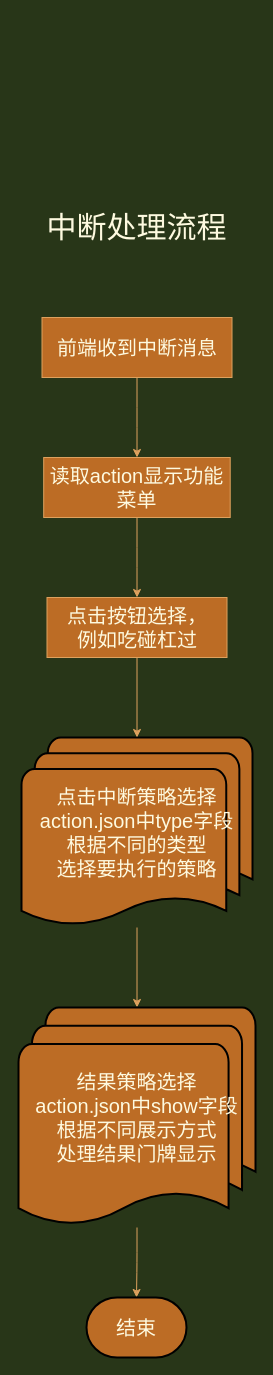
itrookie-sky/diagrams keeps this draw.io diagram as 中断流程图.drawio. Above is the earlier version. Source tidied: cells renumbered, new cells numbered last; positions are measured from the earlier drawing's top-left corner, leaving out a move shared by most shapes. Both pictures are drawn from the tidied source at 100%, with x=0, y=0 at pixel (18, 197).
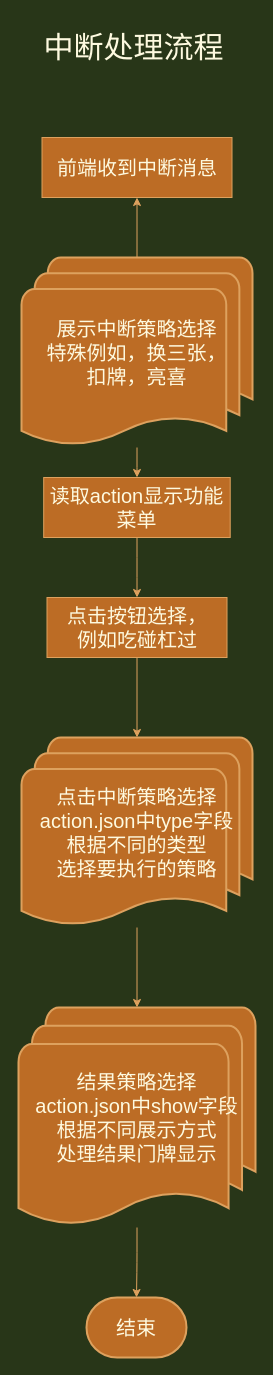
The same page after the edit.

Commit message:
更新中断流程图.drawio

Diff of the diagram source:
```diff
@@
 <mxGraphModel background="#283618">
   <root>
     <mxCell id="0" />
     <mxCell id="1" parent="0" />
-    <mxCell id="2" style="edgeStyle=orthogonalEdgeStyle;curved=0;rounded=1;sketch=0;jettySize=auto;html=1;strokeColor=#DDA15E;fillColor=#BC6C25;fontColor=#FEFAE0;fontSize=20;" parent="1" edge="1" source="3" target="5">
-      <mxGeometry relative="1" as="geometry" />
-    </mxCell>
     <mxCell id="3" value="前端收到中断消息" style="rounded=0;whiteSpace=wrap;html=1;sketch=0;strokeColor=#DDA15E;fillColor=#BC6C25;fontColor=#FEFAE0;fontSize=20;" parent="1" vertex="1">
-      <mxGeometry x="23.5" y="120" width="190" height="60" as="geometry" />
+      <mxGeometry x="23.5" y="-60" width="190" height="60" as="geometry" />
     </mxCell>
-    <mxCell id="4" style="edgeStyle=orthogonalEdgeStyle;curved=0;rounded=1;sketch=0;jettySize=auto;html=1;strokeColor=#DDA15E;fillColor=#BC6C25;fontColor=#FEFAE0;fontSize=20;" parent="1" edge="1" source="5" target="9">
+    <mxCell id="4" style="edgeStyle=orthogonalEdgeStyle;curved=0;rounded=1;sketch=0;jettySize=auto;html=1;strokeColor=#DDA15E;fillColor=#BC6C25;fontColor=#FEFAE0;fontSize=20;labelBackgroundColor=#283618;" parent="1" edge="1" source="5" target="9">
       <mxGeometry relative="1" as="geometry" />
     </mxCell>
     <mxCell id="5" value="读取action显示功能菜单" style="rounded=0;whiteSpace=wrap;html=1;sketch=0;strokeColor=#DDA15E;fillColor=#BC6C25;fontColor=#FEFAE0;fontSize=20;" parent="1" vertex="1">
-      <mxGeometry x="25.2" y="260" width="186.5" height="60" as="geometry" />
+      <mxGeometry x="25.2" y="280" width="186.5" height="60" as="geometry" />
     </mxCell>
-    <mxCell id="6" style="edgeStyle=orthogonalEdgeStyle;curved=0;rounded=1;sketch=0;jettySize=auto;html=1;strokeColor=#DDA15E;fillColor=#BC6C25;fontSize=20;fontColor=#FEFAE0;" parent="1" edge="1" source="7" target="12">
+    <mxCell id="6" style="edgeStyle=orthogonalEdgeStyle;curved=0;rounded=1;sketch=0;jettySize=auto;html=1;strokeColor=#DDA15E;fillColor=#BC6C25;fontSize=20;fontColor=#FEFAE0;labelBackgroundColor=#283618;" parent="1" edge="1" source="7" target="12">
       <mxGeometry relative="1" as="geometry" />
     </mxCell>
-    <mxCell id="7" value="点击中断策略选择&lt;br&gt;action.json中type字段&lt;br style=&quot;font-size: 20px&quot;&gt;根据不同的类型&lt;br&gt;选择要执行的策略" style="strokeWidth=2;html=1;shape=mxgraph.flowchart.multi-document;whiteSpace=wrap;rounded=0;sketch=0;fillColor=#BC6C25;fontColor=#FEFAE0;fontSize=20;" parent="1" vertex="1">
+    <mxCell id="7" value="点击中断策略选择&lt;br&gt;action.json中type字段&lt;br style=&quot;font-size: 20px&quot;&gt;根据不同的类型&lt;br&gt;选择要执行的策略" style="strokeWidth=2;html=1;shape=mxgraph.flowchart.multi-document;whiteSpace=wrap;rounded=0;sketch=0;fillColor=#BC6C25;fontColor=#FEFAE0;fontSize=20;strokeColor=#DDA15E;" parent="1" vertex="1">
       <mxGeometry x="3" y="540" width="231" height="190" as="geometry" />
     </mxCell>
-    <mxCell id="8" style="edgeStyle=orthogonalEdgeStyle;curved=0;rounded=1;sketch=0;jettySize=auto;html=1;strokeColor=#DDA15E;fillColor=#BC6C25;fontColor=#FEFAE0;fontSize=20;" parent="1" edge="1" source="9" target="7">
+    <mxCell id="8" style="edgeStyle=orthogonalEdgeStyle;curved=0;rounded=1;sketch=0;jettySize=auto;html=1;strokeColor=#DDA15E;fillColor=#BC6C25;fontColor=#FEFAE0;fontSize=20;labelBackgroundColor=#283618;" parent="1" edge="1" source="9" target="7">
       <mxGeometry relative="1" as="geometry" />
     </mxCell>
     <mxCell id="9" value="点击按钮选择，&lt;br&gt;例如吃碰杠过" style="rounded=0;whiteSpace=wrap;html=1;sketch=0;strokeColor=#DDA15E;fillColor=#BC6C25;fontColor=#FEFAE0;fontSize=20;" parent="1" vertex="1">
       <mxGeometry x="28.5" y="400" width="180" height="60" as="geometry" />
     </mxCell>
     <mxCell id="10" value="&lt;font style=&quot;font-size: 30px&quot;&gt;中断处理流程&lt;/font&gt;" style="text;html=1;strokeColor=none;fillColor=none;align=center;verticalAlign=middle;whiteSpace=wrap;rounded=0;sketch=0;fontSize=20;fontColor=#FEFAE0;" parent="1" vertex="1">
-      <mxGeometry x="6.2" width="224.5" height="60" as="geometry" />
+      <mxGeometry x="3" y="-180" width="224.5" height="60" as="geometry" />
     </mxCell>
-    <mxCell id="11" style="edgeStyle=orthogonalEdgeStyle;curved=0;rounded=1;sketch=0;jettySize=auto;html=1;strokeColor=#DDA15E;fillColor=#BC6C25;fontSize=20;fontColor=#FEFAE0;" parent="1" edge="1" source="12" target="13">
+    <mxCell id="11" style="edgeStyle=orthogonalEdgeStyle;curved=0;rounded=1;sketch=0;jettySize=auto;html=1;strokeColor=#DDA15E;fillColor=#BC6C25;fontSize=20;fontColor=#FEFAE0;labelBackgroundColor=#283618;" parent="1" edge="1" source="12" target="13">
       <mxGeometry relative="1" as="geometry" />
     </mxCell>
-    <mxCell id="12" value="结果策略选择&lt;br&gt;action.json中show字段&lt;br style=&quot;font-size: 20px&quot;&gt;根据不同展示方式&lt;br&gt;处理结果门牌显示" style="strokeWidth=2;html=1;shape=mxgraph.flowchart.multi-document;whiteSpace=wrap;rounded=0;sketch=0;fillColor=#BC6C25;fontColor=#FEFAE0;fontSize=20;" parent="1" vertex="1">
+    <mxCell id="12" value="结果策略选择&lt;br&gt;action.json中show字段&lt;br style=&quot;font-size: 20px&quot;&gt;根据不同展示方式&lt;br&gt;处理结果门牌显示" style="strokeWidth=2;html=1;shape=mxgraph.flowchart.multi-document;whiteSpace=wrap;rounded=0;sketch=0;fillColor=#BC6C25;fontColor=#FEFAE0;fontSize=20;strokeColor=#DDA15E;" parent="1" vertex="1">
       <mxGeometry y="810" width="237" height="220" as="geometry" />
     </mxCell>
-    <mxCell id="13" value="结束" style="strokeWidth=2;html=1;shape=mxgraph.flowchart.terminator;whiteSpace=wrap;rounded=0;sketch=0;fillColor=#BC6C25;fontSize=20;fontColor=#FEFAE0;" parent="1" vertex="1">
+    <mxCell id="13" value="结束" style="strokeWidth=2;html=1;shape=mxgraph.flowchart.terminator;whiteSpace=wrap;rounded=0;sketch=0;fillColor=#BC6C25;fontSize=20;fontColor=#FEFAE0;strokeColor=#DDA15E;" parent="1" vertex="1">
       <mxGeometry x="68" y="1100" width="100" height="60" as="geometry" />
     </mxCell>
+    <mxCell id="14" style="edgeStyle=orthogonalEdgeStyle;rounded=0;jettySize=auto;html=1;labelBackgroundColor=#283618;strokeColor=#DDA15E;fontColor=#FEFAE0;" parent="1" edge="1" source="16" target="3">
+      <mxGeometry relative="1" as="geometry" />
+    </mxCell>
+    <mxCell id="15" style="edgeStyle=orthogonalEdgeStyle;rounded=0;jettySize=auto;html=1;labelBackgroundColor=#283618;strokeColor=#DDA15E;fontColor=#FEFAE0;" parent="1" edge="1" source="16" target="5">
+      <mxGeometry relative="1" as="geometry" />
+    </mxCell>
+    <mxCell id="16" value="展示中断策略选择&lt;br&gt;特殊例如，换三张，&lt;br&gt;扣牌，亮喜" style="strokeWidth=2;html=1;shape=mxgraph.flowchart.multi-document;whiteSpace=wrap;rounded=0;sketch=0;fillColor=#BC6C25;fontColor=#FEFAE0;fontSize=20;strokeColor=#DDA15E;" parent="1" vertex="1">
+      <mxGeometry x="3" y="60" width="231" height="190" as="geometry" />
+    </mxCell>
   </root>
 </mxGraphModel>
```
